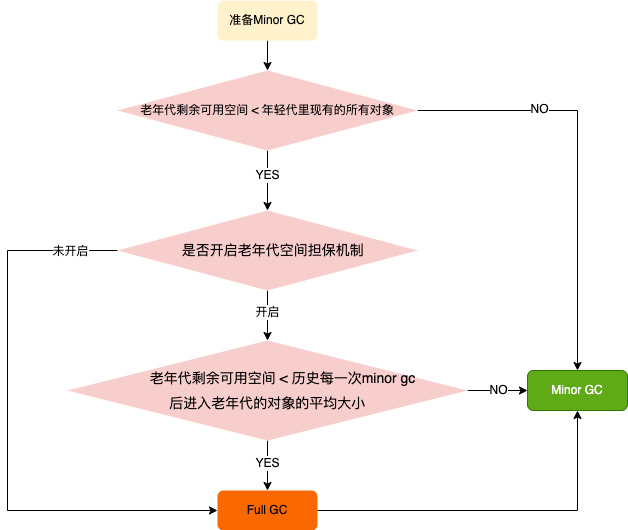
Earlier version of the draw.io export java/jvm/JVM-老年代空间担保机制.drawio.png (lihongyiyi/tech-visuals). Source tidied: cells renumbered, new cells last; positions are measured from the earlier drawing's top-left corner, leaving out a move shared by most shapes.
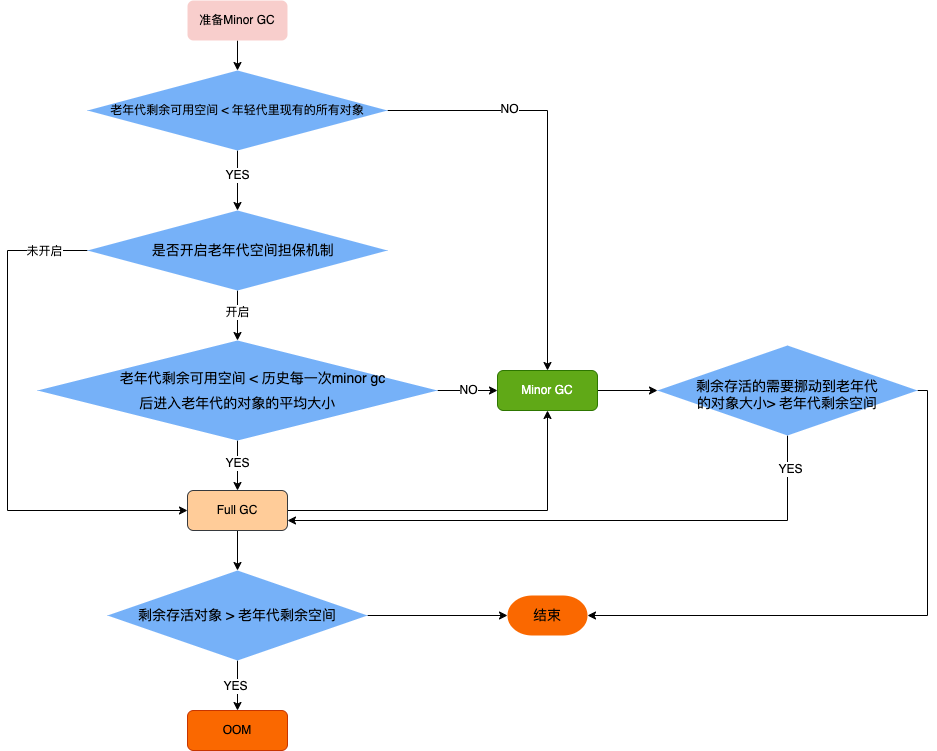
The same file after the commit.

Commit message:
更新JVM-老年代空间担保机制.drawio.png

Change to the diagram source:
```diff
@@ -5,7 +5,7 @@
     <mxCell id="2" style="edgeStyle=orthogonalEdgeStyle;rounded=0;jettySize=auto;html=1;" parent="1" edge="1" source="3" target="8">
       <mxGeometry relative="1" as="geometry" />
     </mxCell>
-    <mxCell id="3" value="准备Minor GC" style="rounded=1;whiteSpace=wrap;html=1;fillColor=#fff2cc;strokeColor=none;" parent="1" vertex="1">
+    <mxCell id="3" value="准备Minor GC" style="rounded=1;whiteSpace=wrap;html=1;fillColor=#f8cecc;strokeColor=none;" parent="1" vertex="1">
       <mxGeometry x="210" width="100" height="40" as="geometry" />
     </mxCell>
     <mxCell id="4" style="edgeStyle=orthogonalEdgeStyle;rounded=0;jettySize=auto;html=1;" parent="1" edge="1" source="8" target="13">
@@ -20,7 +20,7 @@
     <mxCell id="7" value="NO" style="edgeLabel;html=1;align=center;verticalAlign=middle;" parent="6" vertex="1">
       <mxGeometry x="-0.42" y="2" relative="1" as="geometry" />
     </mxCell>
-    <mxCell id="8" value="老年代剩余可用空间 &amp;lt;&amp;nbsp;年轻代里现有的所有对象" style="rhombus;whiteSpace=wrap;html=1;fillColor=#f8cecc;strokeColor=none;" parent="1" vertex="1">
+    <mxCell id="8" value="老年代剩余可用空间 &amp;lt;&amp;nbsp;年轻代里现有的所有对象" style="rhombus;whiteSpace=wrap;html=1;fillColor=#76b1f8;strokeColor=none;" parent="1" vertex="1">
       <mxGeometry x="110" y="70" width="300" height="80" as="geometry" />
     </mxCell>
     <mxCell id="9" style="edgeStyle=orthogonalEdgeStyle;rounded=0;jettySize=auto;html=1;" parent="1" edge="1" source="13" target="18">
@@ -34,8 +34,8 @@
         <mxPoint x="110" y="250" as="sourcePoint" />
         <mxPoint x="210" y="510" as="targetPoint" />
         <Array as="points">
-          <mxPoint y="250" />
-          <mxPoint y="510" />
+          <mxPoint x="30" y="250" />
+          <mxPoint x="30" y="510" />
         </Array>
       </mxGeometry>
     </mxCell>
@@ -44,7 +44,7 @@
         <mxPoint y="-3" as="offset" />
       </mxGeometry>
     </mxCell>
-    <mxCell id="13" value="&lt;div style=&quot;line-height: 1.75; font-size: 14px; text-align: left;&quot;&gt;&amp;nbsp; &amp;nbsp;是否开启老年代空间担保机制&lt;/div&gt;" style="rhombus;whiteSpace=wrap;html=1;fillColor=#f8cecc;strokeColor=none;" parent="1" vertex="1">
+    <mxCell id="13" value="&lt;div style=&quot;line-height: 1.75; font-size: 14px; text-align: left;&quot;&gt;&amp;nbsp; &amp;nbsp;是否开启老年代空间担保机制&lt;/div&gt;" style="rhombus;whiteSpace=wrap;html=1;fillColor=#76b1f8;strokeColor=none;" parent="1" vertex="1">
       <mxGeometry x="110" y="210" width="300" height="80" as="geometry" />
     </mxCell>
     <mxCell id="14" style="edgeStyle=orthogonalEdgeStyle;rounded=0;jettySize=auto;html=1;" parent="1" edge="1" source="18" target="20">
@@ -61,17 +61,64 @@
         <mxPoint x="19" as="offset" />
       </mxGeometry>
     </mxCell>
-    <mxCell id="18" value="&lt;div style=&quot;line-height: 1.75; font-size: 14px; text-align: left;&quot;&gt;&amp;nbsp; &amp;nbsp; &amp;nbsp; &amp;nbsp; 老年代剩余可用空间 &amp;lt; 历史每一次minor gc&lt;/div&gt;&lt;div style=&quot;line-height: 1.75; text-align: left;&quot;&gt;&lt;span style=&quot;font-size: 14px;&quot;&gt;&amp;nbsp; &amp;nbsp; &amp;nbsp; &amp;nbsp; &amp;nbsp; &amp;nbsp; &amp;nbsp;后进入老年代的对&lt;/span&gt;&lt;font style=&quot;font-size: 14px;&quot;&gt;象的平均大小&lt;/font&gt;&lt;/div&gt;" style="rhombus;whiteSpace=wrap;html=1;fillColor=#f8cecc;strokeColor=none;" parent="1" vertex="1">
+    <mxCell id="18" value="&lt;div style=&quot;line-height: 1.75; font-size: 14px; text-align: left;&quot;&gt;&amp;nbsp; &amp;nbsp; &amp;nbsp; &amp;nbsp; 老年代剩余可用空间 &amp;lt; 历史每一次minor gc&lt;/div&gt;&lt;div style=&quot;line-height: 1.75; text-align: left;&quot;&gt;&lt;span style=&quot;font-size: 14px;&quot;&gt;&amp;nbsp; &amp;nbsp; &amp;nbsp; &amp;nbsp; &amp;nbsp; &amp;nbsp; &amp;nbsp;后进入老年代的对&lt;/span&gt;&lt;font style=&quot;font-size: 14px;&quot;&gt;象的平均大小&lt;/font&gt;&lt;/div&gt;" style="rhombus;whiteSpace=wrap;html=1;fillColor=#76b1f8;strokeColor=none;" parent="1" vertex="1">
       <mxGeometry x="60" y="340" width="400" height="100" as="geometry" />
     </mxCell>
     <mxCell id="19" style="edgeStyle=orthogonalEdgeStyle;rounded=0;jettySize=auto;html=1;entryX=0.5;entryY=1;entryDx=0;entryDy=0;" parent="1" edge="1" source="20" target="21">
       <mxGeometry relative="1" as="geometry" />
     </mxCell>
+    <mxCell id="22" style="edgeStyle=orthogonalEdgeStyle;rounded=0;jettySize=auto;html=1;" parent="1" edge="1" source="20" target="27">
+      <mxGeometry relative="1" as="geometry" />
+    </mxCell>
-    <mxCell id="20" value="Full GC" style="rounded=1;whiteSpace=wrap;html=1;fillColor=#fa6800;strokeColor=none;fontColor=#000000;" parent="1" vertex="1">
+    <mxCell id="20" value="Full GC" style="rounded=1;whiteSpace=wrap;html=1;fillColor=#ffcc99;strokeColor=#36393d;" parent="1" vertex="1">
       <mxGeometry x="210" y="490" width="100" height="40" as="geometry" />
     </mxCell>
+    <mxCell id="23" style="edgeStyle=orthogonalEdgeStyle;rounded=0;jettySize=auto;html=1;" parent="1" edge="1" source="21" target="33">
+      <mxGeometry relative="1" as="geometry" />
+    </mxCell>
     <mxCell id="21" value="Minor GC" style="rounded=1;whiteSpace=wrap;html=1;fillColor=#60a917;strokeColor=#2D7600;fontColor=#ffffff;" parent="1" vertex="1">
       <mxGeometry x="520" y="370" width="100" height="40" as="geometry" />
     </mxCell>
+    <mxCell id="24" style="edgeStyle=orthogonalEdgeStyle;rounded=0;jettySize=auto;html=1;" parent="1" edge="1" source="27" target="28">
+      <mxGeometry relative="1" as="geometry" />
+    </mxCell>
+    <mxCell id="25" value="YES" style="edgeLabel;html=1;align=center;verticalAlign=middle;" parent="24" vertex="1">
+      <mxGeometry x="0.04" y="-3" relative="1" as="geometry" />
+    </mxCell>
+    <mxCell id="26" style="edgeStyle=orthogonalEdgeStyle;rounded=0;jettySize=auto;html=1;" parent="1" edge="1" source="27" target="29">
+      <mxGeometry relative="1" as="geometry" />
+    </mxCell>
+    <mxCell id="27" value="&lt;div style=&quot;line-height: 1.75; font-size: 14px; text-align: left;&quot;&gt;剩余存活对象 &amp;gt; 老年代剩余空间&lt;/div&gt;" style="rhombus;whiteSpace=wrap;html=1;fillColor=#76b1f8;strokeColor=none;" parent="1" vertex="1">
+      <mxGeometry x="130" y="570" width="260" height="90" as="geometry" />
+    </mxCell>
+    <mxCell id="28" value="OOM" style="rounded=1;whiteSpace=wrap;html=1;fillColor=#fa6800;strokeColor=#C73500;fontColor=#000000;" parent="1" vertex="1">
+      <mxGeometry x="210" y="710" width="100" height="40" as="geometry" />
+    </mxCell>
+    <mxCell id="29" value="&lt;font style=&quot;font-size: 14px;&quot;&gt;结束&lt;/font&gt;" style="strokeWidth=2;html=1;shape=mxgraph.flowchart.terminator;whiteSpace=wrap;fillColor=#fa6800;fontColor=#000000;strokeColor=none;" parent="1" vertex="1">
+      <mxGeometry x="530" y="595" width="80" height="40" as="geometry" />
+    </mxCell>
+    <mxCell id="30" style="edgeStyle=orthogonalEdgeStyle;rounded=0;jettySize=auto;html=1;entryX=1;entryY=0.75;entryDx=0;entryDy=0;" parent="1" edge="1" source="33" target="20">
+      <mxGeometry relative="1" as="geometry">
+        <Array as="points">
+          <mxPoint x="810" y="520" />
+        </Array>
+      </mxGeometry>
+    </mxCell>
+    <mxCell id="31" value="YES" style="edgeLabel;html=1;align=center;verticalAlign=middle;" parent="30" vertex="1">
+      <mxGeometry x="-0.89" y="2" relative="1" as="geometry">
+        <mxPoint y="1" as="offset" />
+      </mxGeometry>
+    </mxCell>
+    <mxCell id="32" style="edgeStyle=orthogonalEdgeStyle;rounded=0;jettySize=auto;html=1;entryX=1;entryY=0.5;entryDx=0;entryDy=0;entryPerimeter=0;" parent="1" edge="1" source="33" target="29">
+      <mxGeometry relative="1" as="geometry">
+        <Array as="points">
+          <mxPoint x="950" y="390" />
+          <mxPoint x="950" y="615" />
+        </Array>
+      </mxGeometry>
+    </mxCell>
+    <mxCell id="33" value="&lt;font style=&quot;font-size: 14px;&quot;&gt;&lt;font style=&quot;font-size: 14px;&quot;&gt;&lt;br&gt;&lt;br&gt;&lt;font style=&quot;font-size: 14px;&quot;&gt;剩余存活的需要挪动到老年代&lt;br&gt;的对象大小&lt;/font&gt;&lt;/font&gt;&lt;font style=&quot;font-size: 14px;&quot;&gt;&amp;gt; 老年代剩余空间&lt;/font&gt;&lt;/font&gt;&lt;div style=&quot;line-height: 1.75; text-align: left; font-size: 14px;&quot;&gt;&lt;font style=&quot;font-size: 14px;&quot;&gt;&amp;nbsp;&lt;/font&gt;&lt;/div&gt;" style="rhombus;whiteSpace=wrap;html=1;fillColor=#76b1f8;strokeColor=none;" parent="1" vertex="1">
+      <mxGeometry x="680" y="345" width="260" height="90" as="geometry" />
+    </mxCell>
   </root>
 </mxGraphModel>
```
